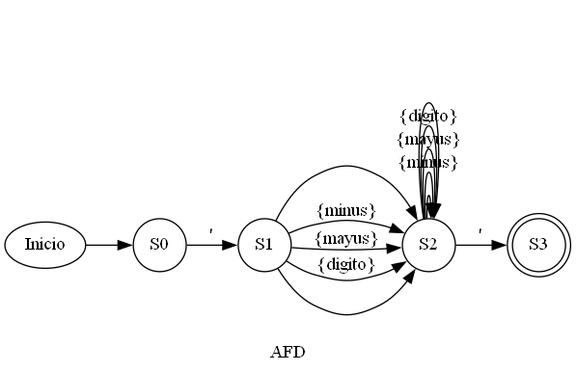
This is reportes/afd_202002591/Automata2.png from SeZamora/202002591_PY1_OLC1, a Graphviz export, as it was before one commit. Its source is kept beside it as reportes/afd_202002591/Automata2.dot. The source it was exported from:
```dot
digraph G {
 rankdir=LR;
 label="AFD";
nodex [style=invisible label = ""];
nodeS0 [shape=circle label=S0];
nodeS1 [shape=circle label=S1];
nodeS2 [shape=circle label=S2];
nodeS3 [shape=circle label=S3];
Inicio->nodeS0;
 nodeS0 -> nodeS1 [label="\'"];

 nodeS1 -> nodeS2 [label="\n"];

 nodeS1 -> nodeS2 [label="{minus}"];

 nodeS1 -> nodeS2 [label="{mayus}"];

 nodeS1 -> nodeS2 [label="{digito}"];

 nodeS1 -> nodeS2 [label=" "];

 nodeS2 -> nodeS2 [label="\n"];

 nodeS2 -> nodeS2 [label="{minus}"];

 nodeS2 -> nodeS2 [label="{mayus}"];

 nodeS2 -> nodeS2 [label="{digito}"];

 nodeS2 -> nodeS2 [label=" "];

 nodeS2 -> nodeS3 [label="\'"];
nodeS3 [shape=doublecircle label=S3];
}
```
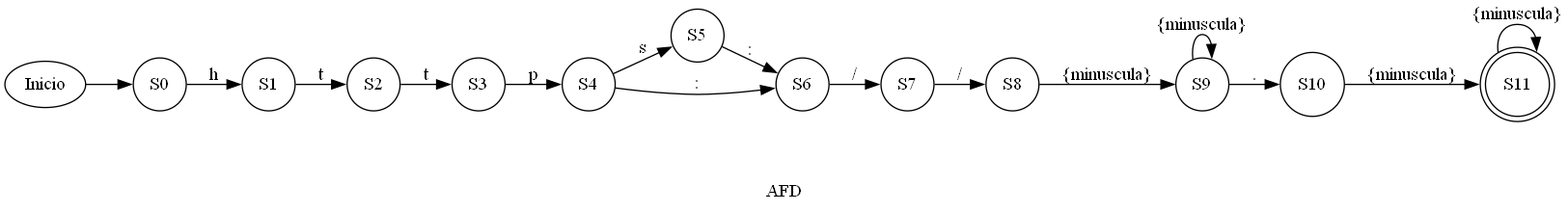
The same diagram one commit later.

What changed in the source:
```diff
@@ -6,29 +6,41 @@
 nodeS1 [shape=circle label=S1];
 nodeS2 [shape=circle label=S2];
 nodeS3 [shape=circle label=S3];
+nodeS4 [shape=circle label=S4];
+nodeS5 [shape=circle label=S5];
+nodeS6 [shape=circle label=S6];
+nodeS7 [shape=circle label=S7];
+nodeS8 [shape=circle label=S8];
+nodeS9 [shape=circle label=S9];
+nodeS10 [shape=circle label=S10];
+nodeS11 [shape=circle label=S11];
 Inicio->nodeS0;
- nodeS0 -> nodeS1 [label="\'"];
+ nodeS0 -> nodeS1 [label="h"];
 
- nodeS1 -> nodeS2 [label="\n"];
+ nodeS1 -> nodeS2 [label="t"];
 
- nodeS1 -> nodeS2 [label="{minus}"];
+ nodeS2 -> nodeS3 [label="t"];
 
- nodeS1 -> nodeS2 [label="{mayus}"];
+ nodeS3 -> nodeS4 [label="p"];
 
- nodeS1 -> nodeS2 [label="{digito}"];
+ nodeS4 -> nodeS5 [label="s"];
 
- nodeS1 -> nodeS2 [label=" "];
+ nodeS4 -> nodeS6 [label=":"];
 
- nodeS2 -> nodeS2 [label="\n"];
+ nodeS5 -> nodeS6 [label=":"];
 
- nodeS2 -> nodeS2 [label="{minus}"];
+ nodeS6 -> nodeS7 [label="/"];
 
- nodeS2 -> nodeS2 [label="{mayus}"];
+ nodeS7 -> nodeS8 [label="/"];
 
- nodeS2 -> nodeS2 [label="{digito}"];
+ nodeS8 -> nodeS9 [label="{minuscula}"];
 
- nodeS2 -> nodeS2 [label=" "];
+ nodeS9 -> nodeS9 [label="{minuscula}"];
 
- nodeS2 -> nodeS3 [label="\'"];
-nodeS3 [shape=doublecircle label=S3];
+ nodeS9 -> nodeS10 [label="."];
+
+ nodeS10 -> nodeS11 [label="{minuscula}"];
+
+ nodeS11 -> nodeS11 [label="{minuscula}"];
+nodeS11 [shape=doublecircle label=S11];
 }
```
